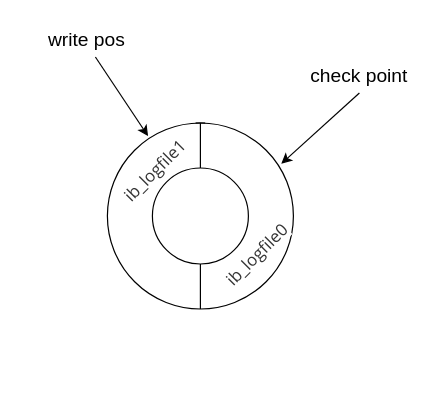
This is MySQL/redolog日志磁盘写入过程.drawio from codeyunze/drawio, a draw.io file, before an edit. Source tidied: cells renumbered, new cells numbered last; positions are measured from the earlier drawing's top-left corner, leaving out a move shared by most shapes. Both pictures are drawn from the tidied source at 120%, with x=0, y=0 at pixel (20, 20).
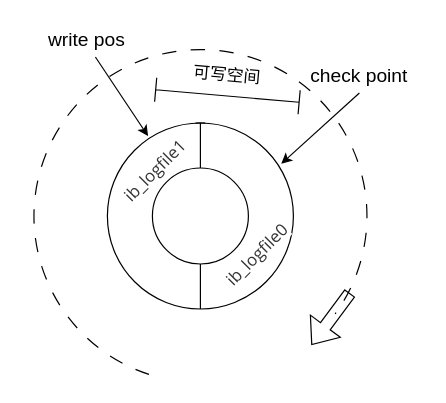
The same page after the edit.

Commit message (it also covers changes not shown here):
更新redolog日志磁盘写入过程.drawio

Diff of the diagram source:
```diff
@@
 <mxGraphModel>
   <root>
     <mxCell id="0" />
     <mxCell id="1" parent="0" />
     <mxCell id="2" style="ellipse;whiteSpace=wrap;html=1;" parent="1" vertex="1">
       <mxGeometry x="72" y="85" width="155" height="155" as="geometry" />
     </mxCell>
     <mxCell id="3" style="edgeStyle=orthogonalEdgeStyle;rounded=0;jettySize=auto;html=1;exitX=0.5;exitY=0;exitDx=0;exitDy=0;entryX=0.5;entryY=0;entryDx=0;entryDy=0;endArrow=baseDash;endFill=0;" parent="1" edge="1" source="5" target="2">
       <mxGeometry relative="1" as="geometry" />
     </mxCell>
     <mxCell id="4" style="edgeStyle=orthogonalEdgeStyle;rounded=0;jettySize=auto;html=1;exitX=0.5;exitY=1;exitDx=0;exitDy=0;entryX=0.5;entryY=1;entryDx=0;entryDy=0;endArrow=none;endFill=0;" parent="1" edge="1" source="5" target="2">
       <mxGeometry relative="1" as="geometry" />
     </mxCell>
     <mxCell id="5" style="ellipse;whiteSpace=wrap;html=1;" parent="1" vertex="1">
       <mxGeometry x="109.5" y="122.5" width="80" height="80" as="geometry" />
     </mxCell>
     <mxCell id="6" value="&lt;span style=&quot;caret-color: rgb(0, 122, 255); color: rgb(51, 51, 51); font-family: &amp;quot;Open Sans&amp;quot;, &amp;quot;Clear Sans&amp;quot;, &amp;quot;Helvetica Neue&amp;quot;, Helvetica, Arial, &amp;quot;Segoe UI Emoji&amp;quot;, sans-serif; orphans: 4; text-align: start; white-space-collapse: preserve; background-color: rgb(255, 255, 255);&quot;&gt;&lt;font style=&quot;font-size: 14px;&quot;&gt;ib_logfile0&lt;/font&gt;&lt;/span&gt;" style="text;html=1;align=center;verticalAlign=middle;whiteSpace=wrap;rounded=0;rotation=-45;" parent="1" vertex="1">
       <mxGeometry x="167" y="180" width="60" height="30" as="geometry" />
     </mxCell>
     <mxCell id="7" value="&lt;span style=&quot;caret-color: rgb(0, 122, 255); color: rgb(51, 51, 51); font-family: &amp;quot;Open Sans&amp;quot;, &amp;quot;Clear Sans&amp;quot;, &amp;quot;Helvetica Neue&amp;quot;, Helvetica, Arial, &amp;quot;Segoe UI Emoji&amp;quot;, sans-serif; orphans: 4; text-align: start; white-space-collapse: preserve; background-color: rgb(255, 255, 255);&quot;&gt;&lt;font style=&quot;font-size: 14px;&quot;&gt;ib_logfile1&lt;/font&gt;&lt;/span&gt;" style="text;html=1;align=center;verticalAlign=middle;whiteSpace=wrap;rounded=0;rotation=-45;" parent="1" vertex="1">
       <mxGeometry x="82" y="110" width="60" height="30" as="geometry" />
     </mxCell>
     <mxCell id="8" style="endArrow=classic;html=1;rounded=0;entryX=0.348;entryY=0.006;entryDx=0;entryDy=0;entryPerimeter=0;" parent="1" edge="1">
       <mxGeometry relative="1" as="geometry">
         <mxPoint x="62" y="30" as="sourcePoint" />
         <mxPoint x="105.9" y="95.9" as="targetPoint" />
       </mxGeometry>
     </mxCell>
     <mxCell id="9" style="endArrow=classic;html=1;rounded=0;entryX=0.935;entryY=0.219;entryDx=0;entryDy=0;entryPerimeter=0;" parent="1" edge="1" target="2">
       <mxGeometry relative="1" as="geometry">
         <mxPoint x="282" y="60" as="sourcePoint" />
       </mxGeometry>
     </mxCell>
     <mxCell id="10" value="&lt;font style=&quot;font-size: 16px;&quot;&gt;write pos&lt;/font&gt;" style="text;html=1;align=center;verticalAlign=middle;whiteSpace=wrap;rounded=0;" parent="1" vertex="1">
       <mxGeometry x="-0.5" width="110" height="30" as="geometry" />
     </mxCell>
     <mxCell id="11" value="&lt;font style=&quot;font-size: 16px;&quot;&gt;check point&lt;/font&gt;" style="text;html=1;align=center;verticalAlign=middle;whiteSpace=wrap;rounded=0;" parent="1" vertex="1">
       <mxGeometry x="227" y="30" width="110" height="30" as="geometry" />
     </mxCell>
+    <mxCell id="12" value="&lt;font style=&quot;font-size: 14px;&quot;&gt;可写空间&lt;/font&gt;" style="text;html=1;align=center;verticalAlign=middle;whiteSpace=wrap;rounded=0;rotation=5;" parent="1" vertex="1">
+      <mxGeometry x="142" y="30" width="60" height="30" as="geometry" />
+    </mxCell>
+    <mxCell id="13" style="shape=crossbar;whiteSpace=wrap;html=1;rounded=1;direction=south;rotation=95;" parent="1" vertex="1">
+      <mxGeometry x="162" y="2.5" width="20" height="120" as="geometry" />
+    </mxCell>
+    <mxCell id="14" style="verticalLabelPosition=bottom;verticalAlign=top;html=1;shape=mxgraph.basic.arc;startAngle=0.3;endAngle=0.1;direction=south;strokeColor=default;dashed=1;dashPattern=12 12;" parent="1" vertex="1">
+      <mxGeometry x="10.8" y="23.8" width="277.5" height="277.5" as="geometry" />
+    </mxCell>
+    <mxCell id="15" style="shape=flexArrow;endArrow=classic;html=1;rounded=0;exitX=0.731;exitY=0.051;exitDx=0;exitDy=0;exitPerimeter=0;" parent="1" edge="1" source="14">
+      <mxGeometry relative="1" as="geometry">
+        <mxPoint x="242" y="270" as="targetPoint" />
+      </mxGeometry>
+    </mxCell>
   </root>
 </mxGraphModel>
```
